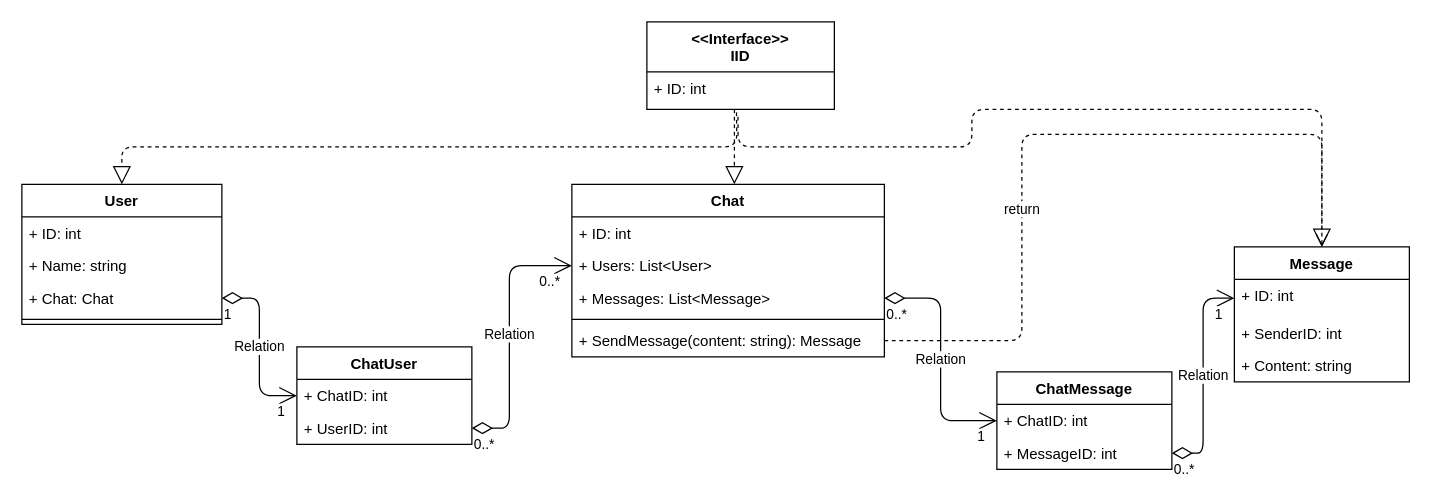
Before: Hovedforløb 3/Database programmering/Final Assignment/DanhosMessages/Project Relations.drawio in DanielSimonsen90/Education, a draw.io diagram. Source tidied: cells renumbered, new cells numbered last; positions are measured from the earlier drawing's top-left corner, leaving out a move shared by most shapes. Both pictures are drawn from the tidied source at 125%, with x=0, y=0 at pixel (21, 21).
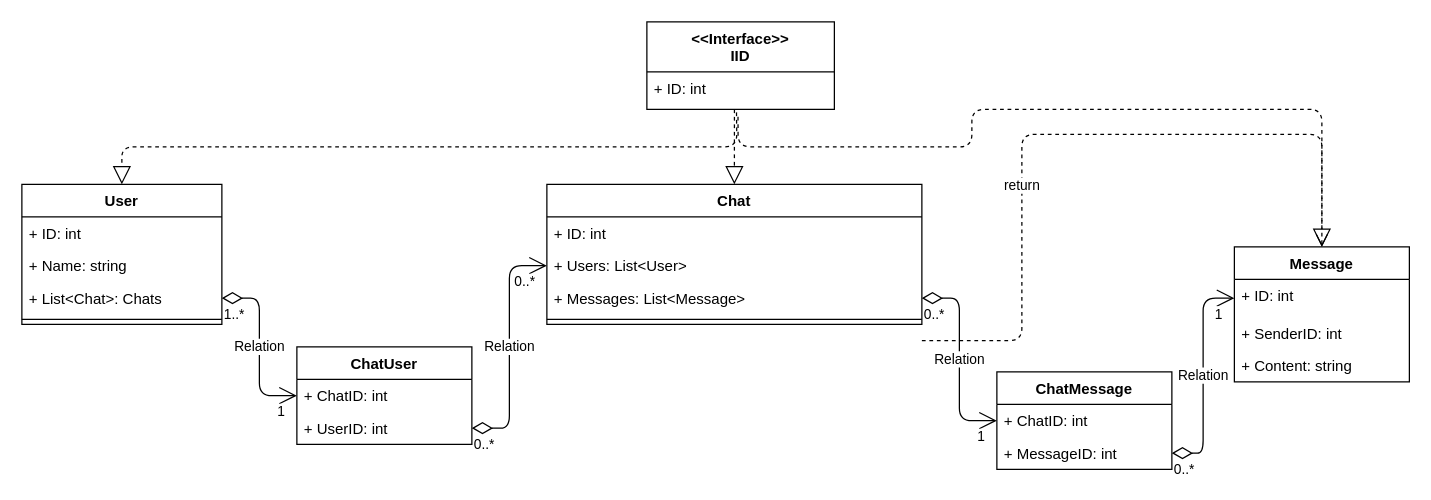
The same page after the edit.

Unchanged cells that the change refers to:
```xml
<mxCell id="2" value="User" style="swimlane;fontStyle=1;align=center;verticalAlign=top;horizontal=1;startSize=26;" parent="1" vertex="1">
  <mxGeometry y="130" width="160" height="112" as="geometry" />
</mxCell>
<mxCell id="18" value="Message" style="swimlane;fontStyle=1;horizontal=1;startSize=26;fillColor=none;" parent="1" vertex="1">
  <mxGeometry x="970" y="180" width="140" height="108" as="geometry" />
</mxCell>
<mxCell id="29" value="Relation" style="endArrow=open;html=1;endSize=12;startArrow=diamondThin;startSize=14;startFill=0;edgeStyle=orthogonalEdgeStyle;exitX=1;exitY=0.5;exitDx=0;exitDy=0;entryX=0;entryY=0.5;entryDx=0;entryDy=0;" parent="1" edge="1" source="5" target="14">
  <mxGeometry relative="1" as="geometry" />
</mxCell>
```

The edit, as a diff of the source:
```diff
@@
-    <mxCell id="5" value="+ Chat: Chat" style="text;strokeColor=none;fillColor=none;align=left;verticalAlign=top;spacingLeft=4;spacingRight=4;overflow=hidden;points=[[0,0.5],[1,0.5]];portConstraint=eastwest;" parent="2" vertex="1">
+    <mxCell id="5" value="+ List&lt;Chat&gt;: Chats" style="text;strokeColor=none;fillColor=none;align=left;verticalAlign=top;spacingLeft=4;spacingRight=4;overflow=hidden;points=[[0,0.5],[1,0.5]];portConstraint=eastwest;" parent="2" vertex="1">
       <mxGeometry y="78" width="160" height="26" as="geometry" />
     </mxCell>
@@
     <mxCell id="7" value="Chat" style="swimlane;fontStyle=1;align=center;verticalAlign=top;horizontal=1;startSize=26;" parent="1" vertex="1">
-      <mxGeometry x="440" y="130" width="250" height="138" as="geometry" />
+      <mxGeometry x="420" y="130" width="300" height="112" as="geometry" />
     </mxCell>
     <mxCell id="8" value="+ ID: int" style="text;strokeColor=none;fillColor=none;align=left;verticalAlign=top;spacingLeft=4;spacingRight=4;overflow=hidden;" parent="7" vertex="1">
-      <mxGeometry y="26" width="250" height="26" as="geometry" />
+      <mxGeometry y="26" width="300" height="26" as="geometry" />
     </mxCell>
     <mxCell id="9" value="+ Users: List&lt;User&gt;" style="text;strokeColor=none;fillColor=none;align=left;verticalAlign=top;spacingLeft=4;spacingRight=4;overflow=hidden;points=[[0,0.5],[1,0.5]];portConstraint=eastwest;" parent="7" vertex="1">
-      <mxGeometry y="52" width="250" height="26" as="geometry" />
+      <mxGeometry y="52" width="300" height="26" as="geometry" />
     </mxCell>
     <mxCell id="10" value="+ Messages: List&lt;Message&gt;" style="text;strokeColor=none;fillColor=none;align=left;verticalAlign=top;spacingLeft=4;spacingRight=4;overflow=hidden;points=[[0,0.5],[1,0.5]];portConstraint=eastwest;" parent="7" vertex="1">
-      <mxGeometry y="78" width="250" height="26" as="geometry" />
+      <mxGeometry y="78" width="300" height="26" as="geometry" />
     </mxCell>
     <mxCell id="11" style="line;strokeWidth=1;fillColor=none;align=left;verticalAlign=middle;spacingTop=-1;spacingLeft=3;spacingRight=3;labelPosition=right;" parent="7" vertex="1">
-      <mxGeometry y="104" width="250" height="8" as="geometry" />
+      <mxGeometry y="104" width="300" height="8" as="geometry" />
     </mxCell>
-    <mxCell id="12" value="+ SendMessage(content: string): Message" style="text;strokeColor=none;fillColor=none;align=left;verticalAlign=top;spacingLeft=4;spacingRight=4;overflow=hidden;points=[[0,0.5],[1,0.5]];portConstraint=eastwest;" parent="7" vertex="1">
-      <mxGeometry y="112" width="250" height="26" as="geometry" />
-    </mxCell>
@@
-    <mxCell id="25" value="return" style="html=1;verticalAlign=bottom;endArrow=open;dashed=1;endSize=8;exitX=1;exitY=0.5;exitDx=0;exitDy=0;entryX=0.5;entryY=0;entryDx=0;entryDy=0;" parent="1" edge="1" source="12" target="18">
+    <mxCell id="25" value="return" style="html=1;verticalAlign=bottom;endArrow=open;dashed=1;endSize=8;exitX=1;exitY=0.5;exitDx=0;exitDy=0;entryX=0.5;entryY=0;entryDx=0;entryDy=0;" parent="1" edge="1" target="18">
       <mxGeometry x="-0.32" relative="1" as="geometry">
+        <mxPoint x="720" y="255" as="sourcePoint" />
         <Array as="points">
           <mxPoint x="800" y="255" />
           <mxPoint x="800" y="90" />
           <mxPoint x="1040" y="90" />
         </Array>
       </mxGeometry>
     </mxCell>
@@
-    <mxCell id="30" value="1" style="edgeLabel;html=1;align=left;verticalAlign=top;" parent="29" vertex="1">
+    <mxCell id="30" value="1..*" style="edgeLabel;html=1;align=left;verticalAlign=top;" parent="29" vertex="1">
       <mxGeometry x="-1" relative="1" as="geometry" />
     </mxCell>
```
